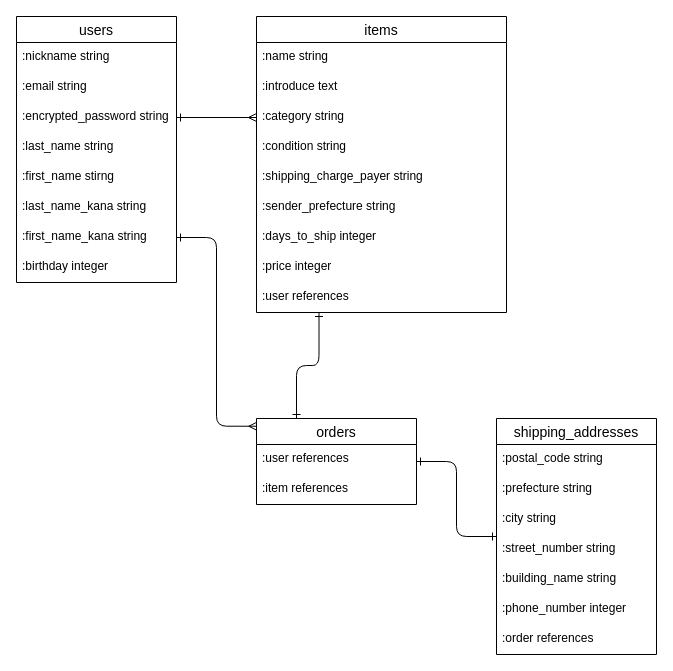
Before: ERD.dio in JIZAEMON/furima-39979, a draw.io diagram. Source tidied: cells renumbered, new cells numbered last; positions are measured from the earlier drawing's top-left corner, leaving out a move shared by most shapes. Both pictures are drawn from the tidied source at 100%, with x=0, y=0 at pixel (16, 16).
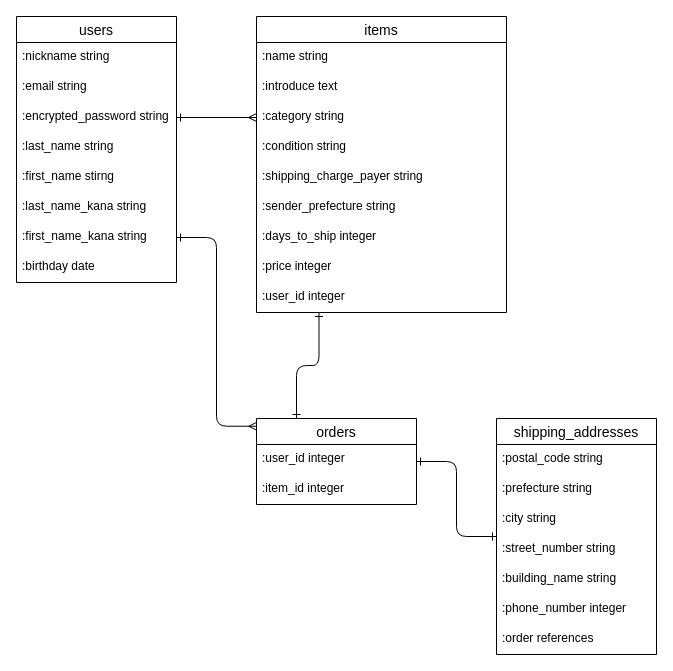
After the change.

Commit message (it also covers changes not shown here):
ER図とREADMEの修正

The change refers to these unchanged cells:
```xml
<mxCell id="2" value="items" style="swimlane;fontStyle=0;horizontal=1;startSize=26;align=center;fontSize=14;" parent="1" vertex="1">
  <mxGeometry x="240" width="250" height="296" as="geometry" />
</mxCell>
<mxCell id="12" value="users" style="swimlane;fontStyle=0;horizontal=1;startSize=26;align=center;fontSize=14;" parent="1" vertex="1">
  <mxGeometry width="160" height="266" as="geometry" />
</mxCell>
<mxCell id="23" value="orders" style="swimlane;fontStyle=0;horizontal=1;startSize=26;align=center;fontSize=14;" parent="1" vertex="1">
  <mxGeometry x="240" y="402" width="160" height="86" as="geometry" />
</mxCell>
```

Change to the diagram source:
```diff
@@
-    <mxCell id="11" value=":user references" style="text;strokeColor=none;fillColor=none;spacingLeft=4;spacingRight=4;overflow=hidden;fontSize=12;" parent="2" vertex="1">
+    <mxCell id="11" value=":user_id integer" style="text;strokeColor=none;fillColor=none;spacingLeft=4;spacingRight=4;overflow=hidden;fontSize=12;" parent="2" vertex="1">
       <mxGeometry y="266" width="250" height="30" as="geometry" />
     </mxCell>
@@
-    <mxCell id="20" value=":birthday integer" style="text;strokeColor=none;fillColor=none;spacingLeft=4;spacingRight=4;overflow=hidden;fontSize=12;" parent="12" vertex="1">
+    <mxCell id="20" value=":birthday date" style="text;strokeColor=none;fillColor=none;spacingLeft=4;spacingRight=4;overflow=hidden;fontSize=12;" parent="12" vertex="1">
       <mxGeometry y="236" width="160" height="30" as="geometry" />
     </mxCell>
@@
-    <mxCell id="24" value=":user references" style="text;strokeColor=none;fillColor=none;spacingLeft=4;spacingRight=4;overflow=hidden;fontSize=12;" parent="23" vertex="1">
+    <mxCell id="24" value=":user_id integer" style="text;strokeColor=none;fillColor=none;spacingLeft=4;spacingRight=4;overflow=hidden;fontSize=12;" parent="23" vertex="1">
       <mxGeometry y="26" width="160" height="30" as="geometry" />
     </mxCell>
-    <mxCell id="25" value=":item references" style="text;strokeColor=none;fillColor=none;spacingLeft=4;spacingRight=4;overflow=hidden;fontSize=12;" parent="23" vertex="1">
+    <mxCell id="25" value=":item_id integer" style="text;strokeColor=none;fillColor=none;spacingLeft=4;spacingRight=4;overflow=hidden;fontSize=12;" parent="23" vertex="1">
       <mxGeometry y="56" width="160" height="30" as="geometry" />
     </mxCell>
```
